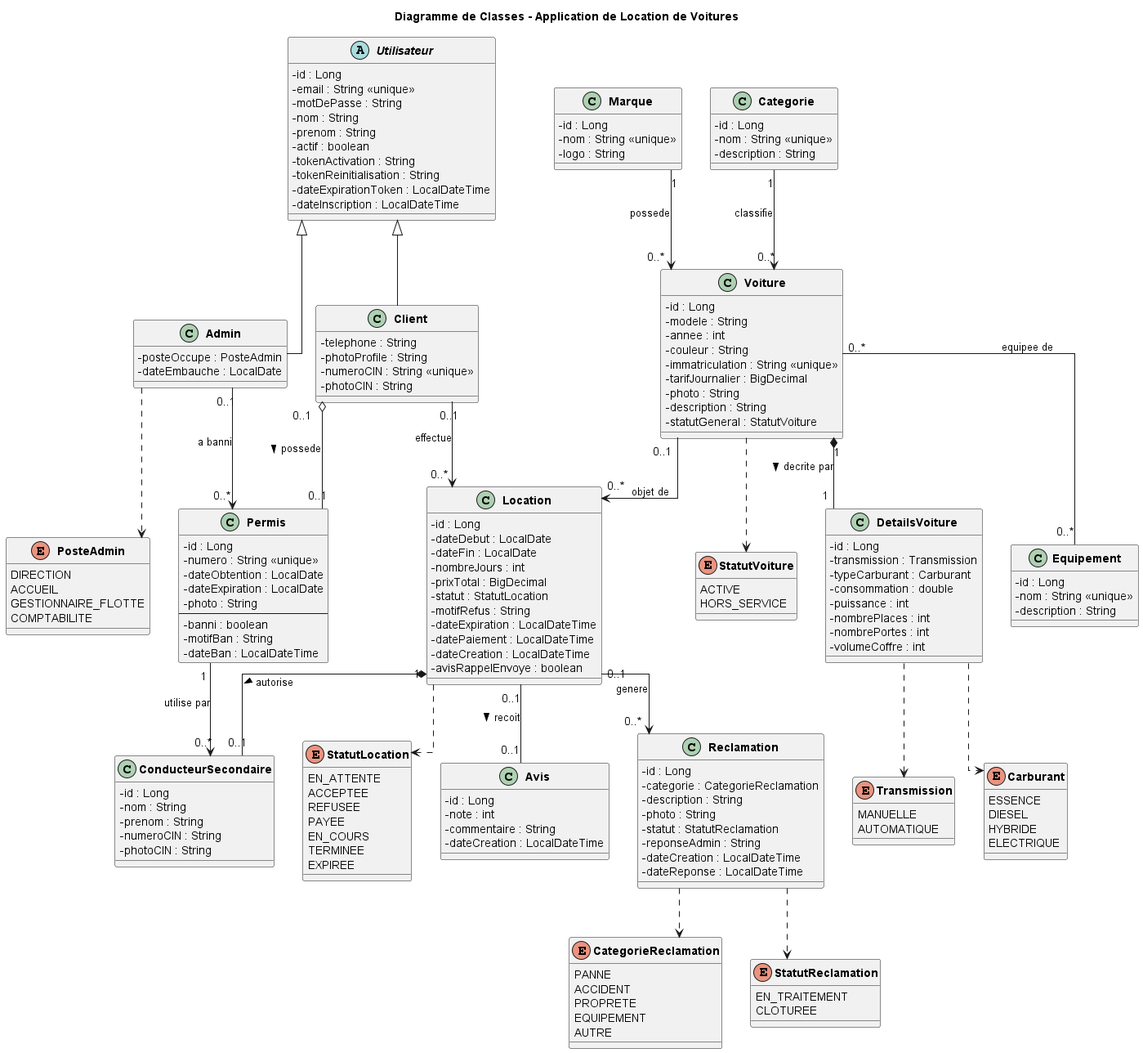
This is diagrammes/DiagrammeClasses.png from medabrd/springBoot-systemDeLocationsVoitures, a PlantUML export, as it was before one commit.
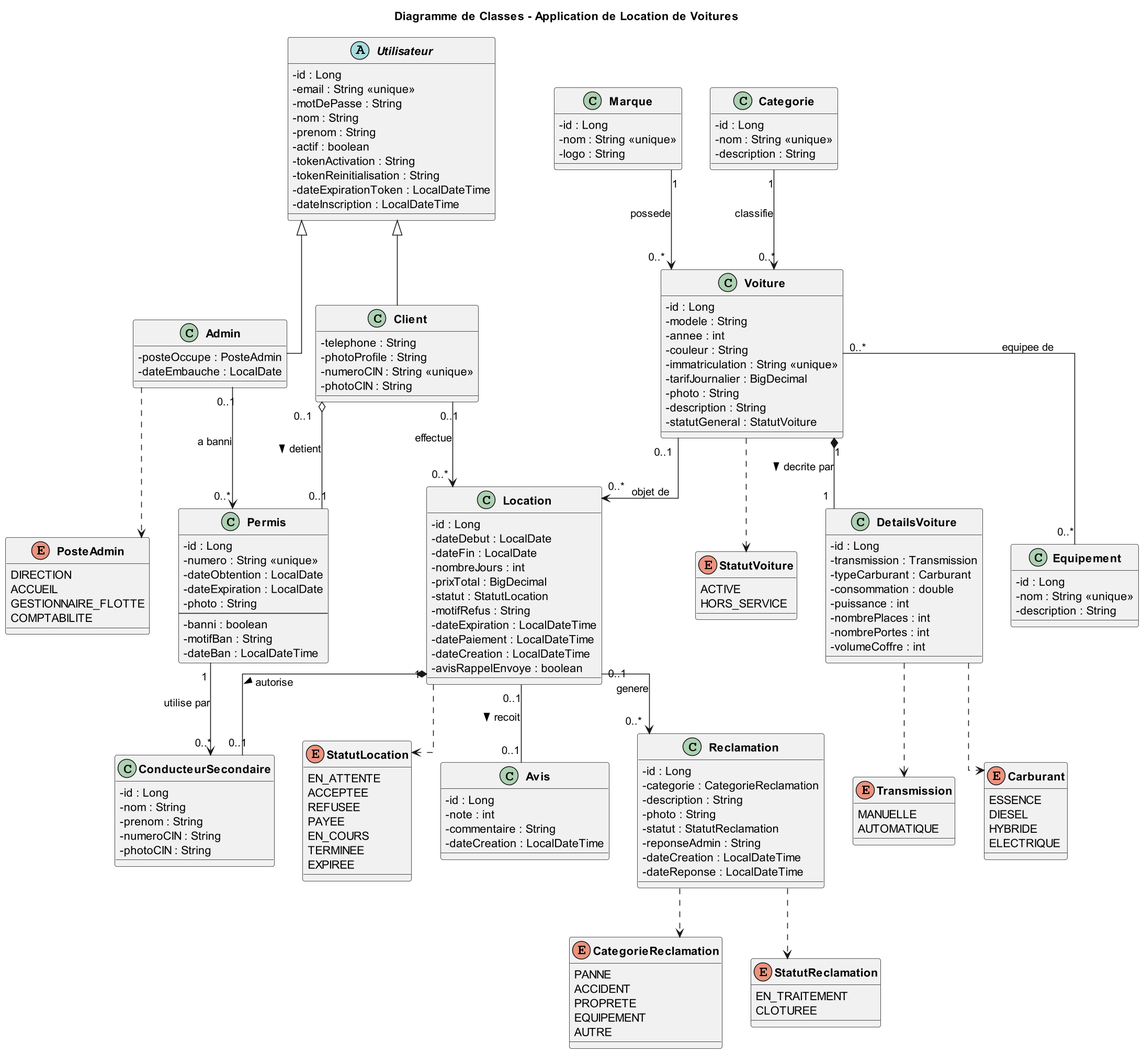
After the change.

Commit message:
Class diagram: higher DPI (150) + rename Client-Permis label to 'detient' to disambiguate from Marque-Voiture 'possede'

The edit, as a diff of the source:
```diff
@@ -1,6 +1,7 @@
 @startuml DiagrammeClasses
 title Diagramme de Classes - Application de Location de Voitures
 
+skinparam dpi 150
 skinparam classAttributeIconSize 0
 skinparam classFontStyle bold
 skinparam linetype ortho
@@ -180,7 +181,7 @@
 Voiture "1" *-- "1" DetailsVoiture : decrite par >
 Location "1" *-- "0..1" ConducteurSecondaire : autorise >
 
-Client "0..1" o-- "0..1" Permis : possede >
+Client "0..1" o-- "0..1" Permis : detient >
 
 Location "0..1" -- "0..1" Avis : recoit >
 
```
